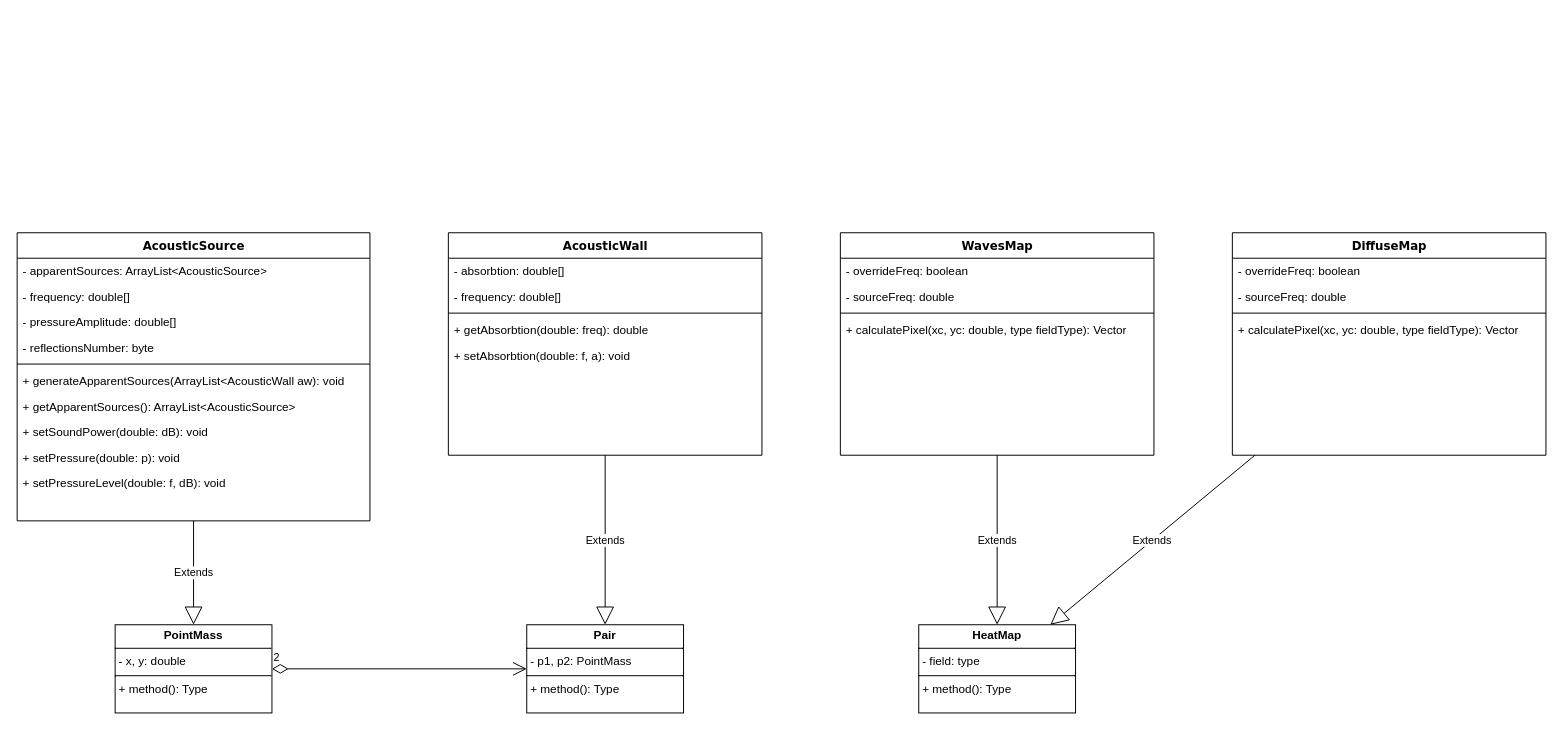
Before: Mlyn_SPL.drawio in mihanius7/mlyn-MVP, a draw.io diagram. Source tidied: cells renumbered, new cells numbered last; positions are measured from the earlier drawing's top-left corner, leaving out a move shared by most shapes. Both pictures are drawn from the tidied source at 98%, with x=0, y=0 at pixel (17, 232).
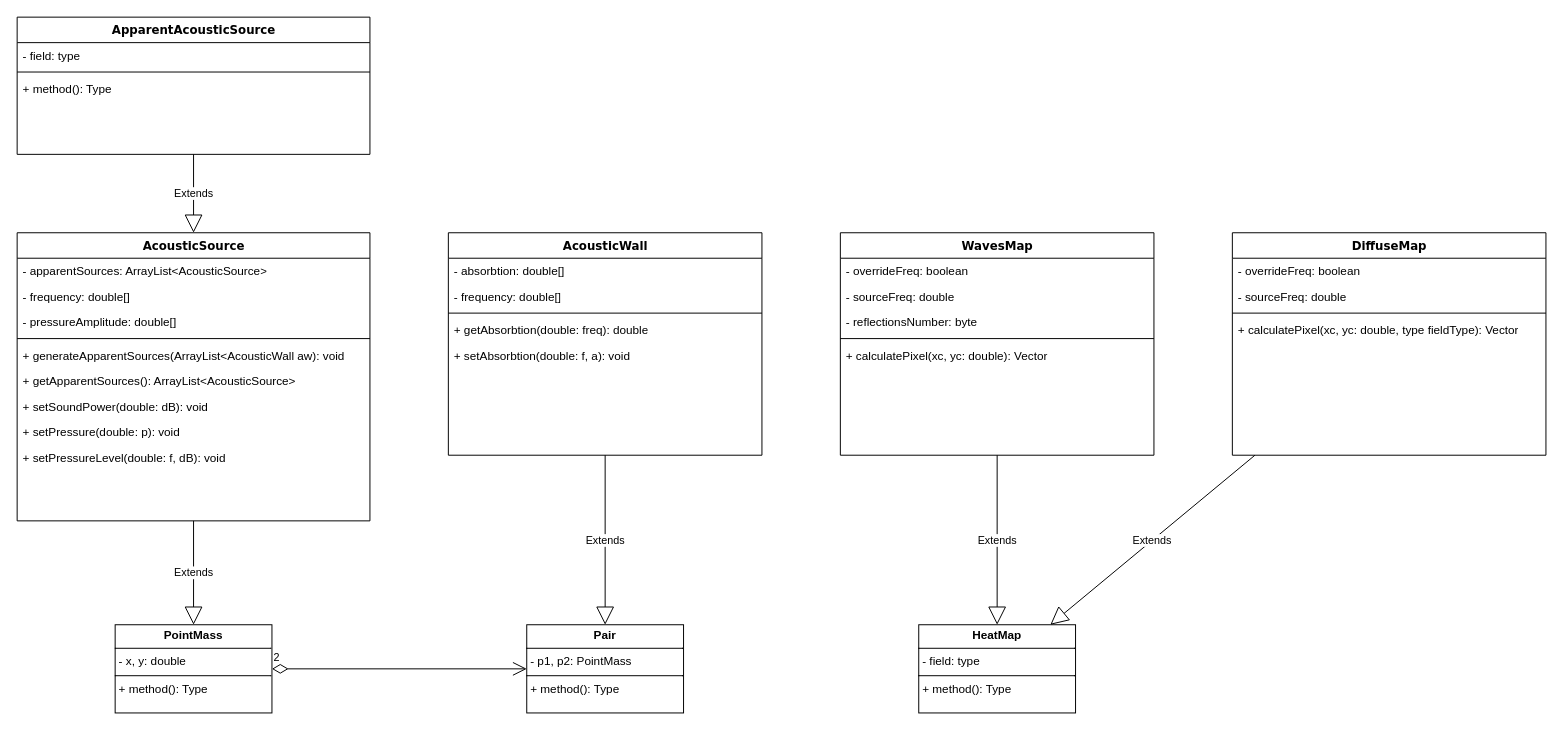
After the change.

Unchanged cells that the change refers to:
```xml
<mxCell id="2" value="AcousticSource" style="swimlane;html=1;fontStyle=1;align=center;verticalAlign=top;horizontal=1;startSize=26;swimlaneFillColor=#ffffff;rounded=0;shadow=0;comic=0;labelBackgroundColor=none;strokeWidth=1;fillColor=none;fontFamily=Verdana;fontSize=12;" parent="1" vertex="1">
  <mxGeometry width="360" height="294" as="geometry" />
</mxCell>
<mxCell id="26" value="WavesMap" style="swimlane;html=1;fontStyle=1;align=center;verticalAlign=top;horizontal=1;startSize=26;swimlaneFillColor=#ffffff;rounded=0;shadow=0;comic=0;labelBackgroundColor=none;strokeWidth=1;fillColor=none;fontFamily=Verdana;fontSize=12;" parent="1" vertex="1">
  <mxGeometry x="840" width="320" height="227" as="geometry" />
</mxCell>
```

Diff of the diagram source:
```diff
@@
-    <mxCell id="6" value="- reflectionsNumber: byte" style="text;html=1;strokeColor=none;fillColor=none;align=left;verticalAlign=top;spacingLeft=4;spacingRight=4;whiteSpace=wrap;overflow=hidden;" parent="2" vertex="1">
-      <mxGeometry y="104" width="360" height="26" as="geometry" />
-    </mxCell>
     <mxCell id="7" style="line;html=1;strokeWidth=1;fillColor=none;align=left;verticalAlign=middle;spacingTop=-1;spacingLeft=3;spacingRight=3;labelPosition=right;" parent="2" vertex="1">
-      <mxGeometry y="130" width="360" height="8" as="geometry" />
+      <mxGeometry y="104" width="360" height="8" as="geometry" />
     </mxCell>
     <mxCell id="8" value="+ generateApparentSources(ArrayList&amp;lt;AcousticWall aw): void" style="text;html=1;strokeColor=none;fillColor=none;align=left;verticalAlign=top;spacingLeft=4;spacingRight=4;whiteSpace=wrap;overflow=hidden;" parent="2" vertex="1">
-      <mxGeometry y="138" width="360" height="26" as="geometry" />
+      <mxGeometry y="112" width="360" height="26" as="geometry" />
     </mxCell>
     <mxCell id="9" value="+ getApparentSources(): ArrayList&amp;lt;AcousticSource&amp;gt;" style="text;html=1;strokeColor=none;fillColor=none;align=left;verticalAlign=top;spacingLeft=4;spacingRight=4;whiteSpace=wrap;overflow=hidden;" parent="2" vertex="1">
-      <mxGeometry y="164" width="360" height="26" as="geometry" />
+      <mxGeometry y="138" width="360" height="26" as="geometry" />
     </mxCell>
     <mxCell id="10" value="+ setSoundPower(double: dB): void" style="text;html=1;strokeColor=none;fillColor=none;align=left;verticalAlign=top;spacingLeft=4;spacingRight=4;whiteSpace=wrap;overflow=hidden;" parent="2" vertex="1">
-      <mxGeometry y="190" width="360" height="26" as="geometry" />
+      <mxGeometry y="164" width="360" height="26" as="geometry" />
     </mxCell>
     <mxCell id="11" value="+ setPressure(double: p): void" style="text;html=1;strokeColor=none;fillColor=none;align=left;verticalAlign=top;spacingLeft=4;spacingRight=4;whiteSpace=wrap;overflow=hidden;" parent="2" vertex="1">
-      <mxGeometry y="216" width="360" height="26" as="geometry" />
+      <mxGeometry y="190" width="360" height="26" as="geometry" />
     </mxCell>
     <mxCell id="12" value="+ setPressureLevel(double: f, dB): void" style="text;html=1;strokeColor=none;fillColor=none;align=left;verticalAlign=top;spacingLeft=4;spacingRight=4;whiteSpace=wrap;overflow=hidden;" parent="2" vertex="1">
-      <mxGeometry y="242" width="360" height="26" as="geometry" />
+      <mxGeometry y="216" width="360" height="26" as="geometry" />
     </mxCell>
@@
+    <mxCell id="6" value="- reflectionsNumber: byte" style="text;html=1;strokeColor=none;fillColor=none;align=left;verticalAlign=top;spacingLeft=4;spacingRight=4;whiteSpace=wrap;overflow=hidden;" parent="26" vertex="1">
+      <mxGeometry y="78" width="320" height="26" as="geometry" />
+    </mxCell>
     <mxCell id="29" style="line;html=1;strokeWidth=1;fillColor=none;align=left;verticalAlign=middle;spacingTop=-1;spacingLeft=3;spacingRight=3;labelPosition=right;" parent="26" vertex="1">
-      <mxGeometry y="78" width="320" height="8" as="geometry" />
+      <mxGeometry y="104" width="320" height="8" as="geometry" />
     </mxCell>
-    <mxCell id="30" value="+ calculatePixel(xc, yc: double, type fieldType): Vector" style="text;html=1;strokeColor=none;fillColor=none;align=left;verticalAlign=top;spacingLeft=4;spacingRight=4;whiteSpace=wrap;overflow=hidden;" parent="26" vertex="1">
-      <mxGeometry y="86" width="320" height="26" as="geometry" />
+    <mxCell id="30" value="+ calculatePixel(xc, yc: double): Vector" style="text;html=1;strokeColor=none;fillColor=none;align=left;verticalAlign=top;spacingLeft=4;spacingRight=4;whiteSpace=wrap;overflow=hidden;" parent="26" vertex="1">
+      <mxGeometry y="112" width="320" height="26" as="geometry" />
     </mxCell>
@@
+    <mxCell id="39" value="ApparentAcousticSource" style="swimlane;html=1;fontStyle=1;align=center;verticalAlign=top;horizontal=1;startSize=26;swimlaneFillColor=#ffffff;rounded=0;shadow=0;comic=0;labelBackgroundColor=none;strokeWidth=1;fillColor=none;fontFamily=Verdana;fontSize=12;" parent="1" vertex="1">
+      <mxGeometry y="-220" width="360" height="140" as="geometry" />
+    </mxCell>
+    <mxCell id="40" value="- field: type&lt;div&gt;&lt;br&gt;&lt;/div&gt;" style="text;html=1;strokeColor=none;fillColor=none;align=left;verticalAlign=top;spacingLeft=4;spacingRight=4;whiteSpace=wrap;overflow=hidden;" parent="39" vertex="1">
+      <mxGeometry y="26" width="360" height="26" as="geometry" />
+    </mxCell>
+    <mxCell id="41" style="line;html=1;strokeWidth=1;fillColor=none;align=left;verticalAlign=middle;spacingTop=-1;spacingLeft=3;spacingRight=3;labelPosition=right;" parent="39" vertex="1">
+      <mxGeometry y="52" width="360" height="8" as="geometry" />
+    </mxCell>
+    <mxCell id="42" value="+ method(): Type" style="text;html=1;strokeColor=none;fillColor=none;align=left;verticalAlign=top;spacingLeft=4;spacingRight=4;whiteSpace=wrap;overflow=hidden;" parent="39" vertex="1">
+      <mxGeometry y="60" width="360" height="26" as="geometry" />
+    </mxCell>
+    <mxCell id="43" value="Extends" style="endArrow=block;endSize=16;endFill=0;html=1;rounded=0;" parent="1" edge="1" source="39" target="2">
+      <mxGeometry relative="1" as="geometry" />
+    </mxCell>
```
